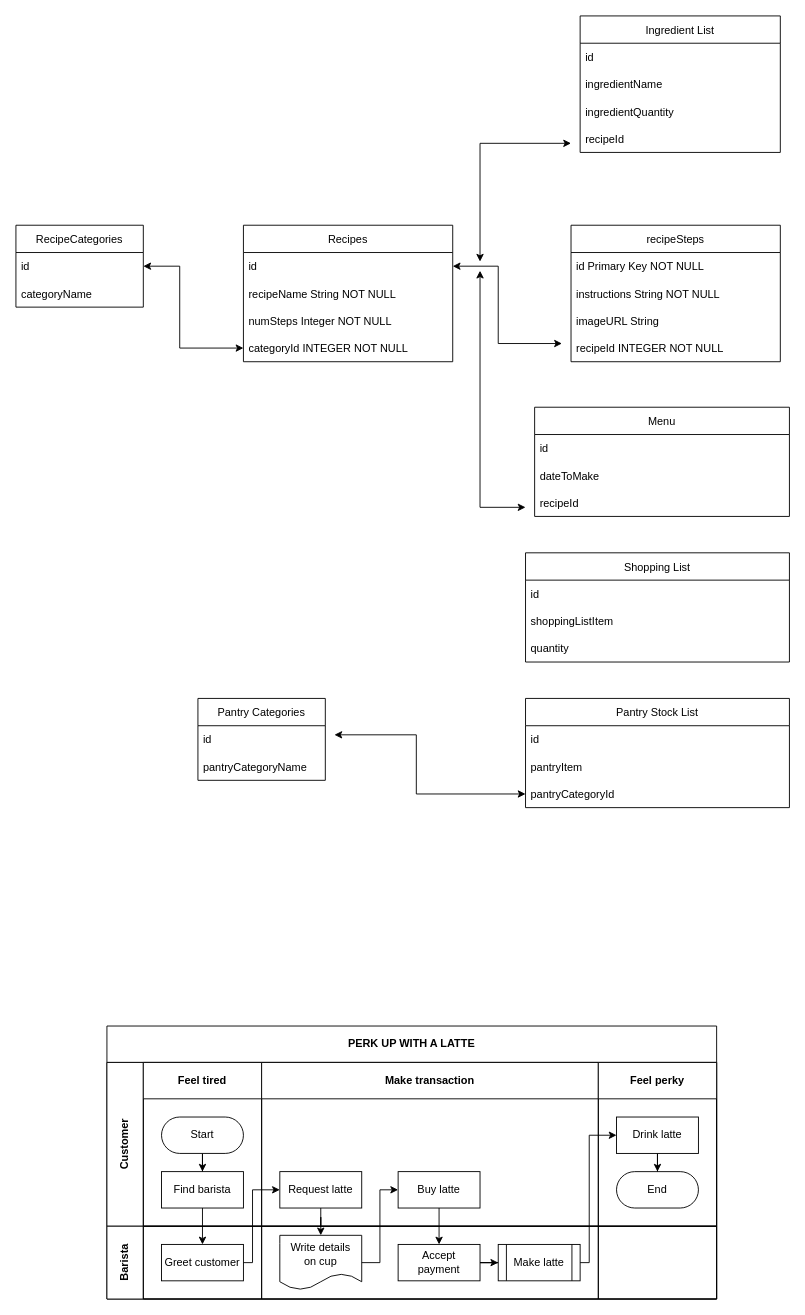
The draw.io diagram Untitled Diagram.drawio in justinluu8235/project-2, before the edit. Source tidied: cells renumbered, new cells numbered last; positions are measured from the earlier drawing's top-left corner, leaving out a move shared by most shapes. Both pictures are drawn from the tidied source at 91%, with x=0, y=0 at pixel (15, 15).
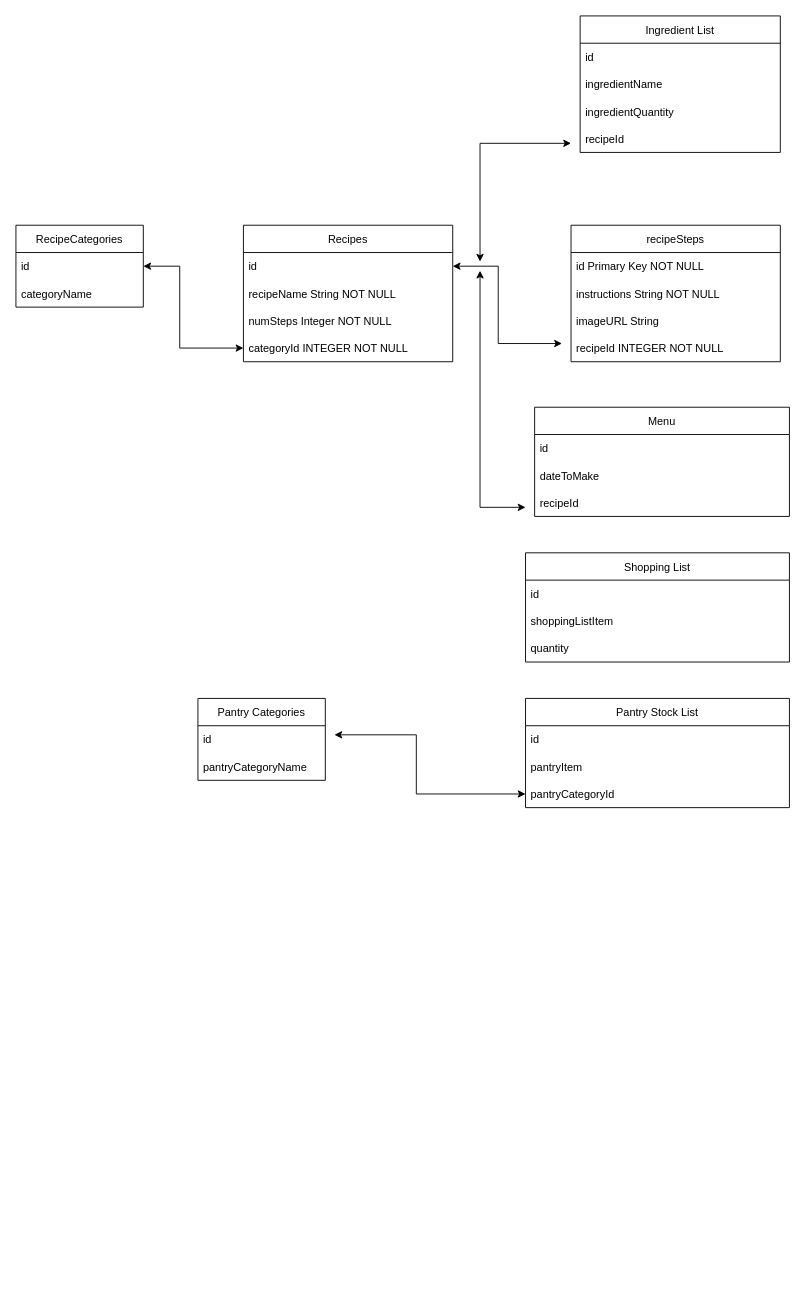
After the change.

The edit, as a diff of the source:
```diff
@@
-    <mxCell id="2" value="PERK UP WITH A LATTE" style="shape=table;childLayout=tableLayout;rowLines=0;columnLines=0;startSize=40;html=1;whiteSpace=wrap;fontStyle=1;" parent="1" vertex="1">
-      <mxGeometry x="100" y="1110" width="670" height="300" as="geometry" />
-    </mxCell>
-    <mxCell id="3" style="edgeStyle=orthogonalEdgeStyle;rounded=0;jettySize=auto;html=1;" parent="2" edge="1" source="8" target="18">
-      <mxGeometry relative="1" as="geometry" />
-    </mxCell>
-    <mxCell id="4" value="Customer" style="swimlane;horizontal=0;startSize=40;html=1;whiteSpace=wrap;" parent="2" vertex="1">
-      <mxGeometry y="40" width="670" height="180" as="geometry" />
-    </mxCell>
-    <mxCell id="5" value="Feel tired" style="swimlane;startSize=40;html=1;whiteSpace=wrap;" parent="4" vertex="1">
-      <mxGeometry x="40" width="130" height="180" as="geometry" />
-    </mxCell>
-    <mxCell id="6" style="edgeStyle=orthogonalEdgeStyle;rounded=0;jettySize=auto;html=1;" parent="5" edge="1" source="7" target="8">
-      <mxGeometry relative="1" as="geometry" />
-    </mxCell>
-    <mxCell id="7" value="Start" style="rounded=1;whiteSpace=wrap;html=1;arcSize=50;" parent="5" vertex="1">
-      <mxGeometry x="20" y="60" width="90" height="40" as="geometry" />
-    </mxCell>
-    <mxCell id="8" value="Find barista" style="rounded=0;whiteSpace=wrap;html=1;" parent="5" vertex="1">
-      <mxGeometry x="20" y="120" width="90" height="40" as="geometry" />
-    </mxCell>
-    <mxCell id="9" value="Make transaction" style="swimlane;startSize=40;html=1;whiteSpace=wrap;" parent="4" vertex="1">
-      <mxGeometry x="170" width="370" height="180" as="geometry" />
-    </mxCell>
-    <mxCell id="10" value="Request latte" style="rounded=0;whiteSpace=wrap;html=1;" parent="9" vertex="1">
-      <mxGeometry x="20" y="120" width="90" height="40" as="geometry" />
-    </mxCell>
-    <mxCell id="11" value="Buy latte" style="rounded=0;whiteSpace=wrap;html=1;" parent="9" vertex="1">
-      <mxGeometry x="150" y="120" width="90" height="40" as="geometry" />
-    </mxCell>
-    <mxCell id="12" value="Feel perky" style="swimlane;startSize=40;html=1;whiteSpace=wrap;" parent="4" vertex="1">
-      <mxGeometry x="540" width="130" height="180" as="geometry" />
-    </mxCell>
-    <mxCell id="13" style="edgeStyle=orthogonalEdgeStyle;rounded=0;jettySize=auto;html=1;" parent="12" edge="1" source="14" target="15">
-      <mxGeometry relative="1" as="geometry" />
-    </mxCell>
-    <mxCell id="14" value="Drink latte" style="rounded=0;whiteSpace=wrap;html=1;" parent="12" vertex="1">
-      <mxGeometry x="20" y="60" width="90" height="40" as="geometry" />
-    </mxCell>
-    <mxCell id="15" value="End" style="rounded=1;whiteSpace=wrap;html=1;arcSize=50;" parent="12" vertex="1">
-      <mxGeometry x="20" y="120" width="90" height="40" as="geometry" />
-    </mxCell>
-    <mxCell id="16" value="Barista" style="swimlane;horizontal=0;startSize=40;html=1;whiteSpace=wrap;" parent="2" vertex="1">
-      <mxGeometry y="220" width="670" height="80" as="geometry" />
-    </mxCell>
-    <mxCell id="17" style="swimlane;startSize=0;html=1;whiteSpace=wrap;" parent="16" vertex="1">
-      <mxGeometry x="40" width="130" height="80" as="geometry" />
-    </mxCell>
-    <mxCell id="18" value="Greet customer" style="rounded=0;whiteSpace=wrap;html=1;" parent="17" vertex="1">
-      <mxGeometry x="20" y="20" width="90" height="40" as="geometry" />
-    </mxCell>
-    <mxCell id="19" style="swimlane;startSize=0;html=1;whiteSpace=wrap;" parent="16" vertex="1">
-      <mxGeometry x="170" width="370" height="80" as="geometry" />
-    </mxCell>
-    <mxCell id="20" style="edgeStyle=orthogonalEdgeStyle;rounded=0;jettySize=auto;html=1;" parent="19" edge="1" source="21" target="23">
-      <mxGeometry relative="1" as="geometry" />
-    </mxCell>
-    <mxCell id="21" value="Accept&lt;br&gt;payment" style="rounded=0;whiteSpace=wrap;html=1;" parent="19" vertex="1">
-      <mxGeometry x="150" y="20" width="90" height="40" as="geometry" />
-    </mxCell>
-    <mxCell id="22" value="Write details&lt;br&gt;on cup" style="shape=document;whiteSpace=wrap;html=1;boundedLbl=1;" parent="19" vertex="1">
-      <mxGeometry x="20" y="10" width="90" height="60" as="geometry" />
-    </mxCell>
-    <mxCell id="23" value="Make latte" style="shape=process;whiteSpace=wrap;html=1;backgroundOutline=1;" parent="19" vertex="1">
-      <mxGeometry x="260" y="20" width="90" height="40" as="geometry" />
-    </mxCell>
-    <mxCell id="24" style="swimlane;startSize=0;html=1;whiteSpace=wrap;" parent="16" vertex="1">
-      <mxGeometry x="540" width="130" height="80" as="geometry" />
-    </mxCell>
-    <mxCell id="25" style="edgeStyle=orthogonalEdgeStyle;rounded=0;jettySize=auto;html=1;" parent="2" edge="1" source="18" target="10">
-      <mxGeometry relative="1" as="geometry">
-        <Array as="points">
-          <mxPoint x="160" y="260" />
-          <mxPoint x="160" y="180" />
-        </Array>
-      </mxGeometry>
-    </mxCell>
-    <mxCell id="26" style="edgeStyle=orthogonalEdgeStyle;rounded=0;jettySize=auto;html=1;" parent="2" edge="1" source="10" target="22">
-      <mxGeometry relative="1" as="geometry" />
-    </mxCell>
-    <mxCell id="27" style="edgeStyle=orthogonalEdgeStyle;rounded=0;jettySize=auto;html=1;" parent="2" edge="1" source="22" target="11">
-      <mxGeometry relative="1" as="geometry">
-        <Array as="points">
-          <mxPoint x="300" y="260" />
-          <mxPoint x="300" y="180" />
-        </Array>
-      </mxGeometry>
-    </mxCell>
-    <mxCell id="28" style="edgeStyle=orthogonalEdgeStyle;rounded=0;jettySize=auto;html=1;" parent="2" edge="1" source="11" target="21">
-      <mxGeometry relative="1" as="geometry" />
-    </mxCell>
-    <mxCell id="29" style="edgeStyle=orthogonalEdgeStyle;rounded=0;jettySize=auto;html=1;" parent="2" edge="1" source="23" target="14">
-      <mxGeometry relative="1" as="geometry">
-        <Array as="points">
-          <mxPoint x="530" y="260" />
-          <mxPoint x="530" y="120" />
-        </Array>
-      </mxGeometry>
-    </mxCell>
```
